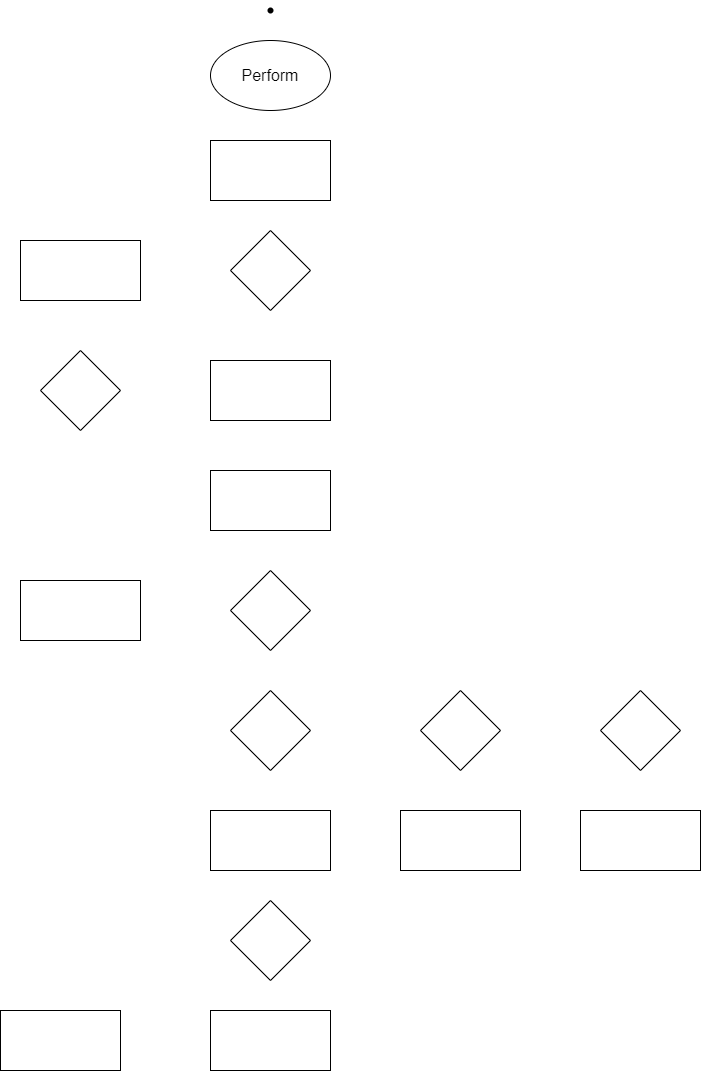
Above: Chương 1.png in datnham0212/learning (draw.io), before the change. Source tidied: cells renumbered, new cells last; positions are measured from the earlier drawing's top-left corner, leaving out a move shared by most shapes.
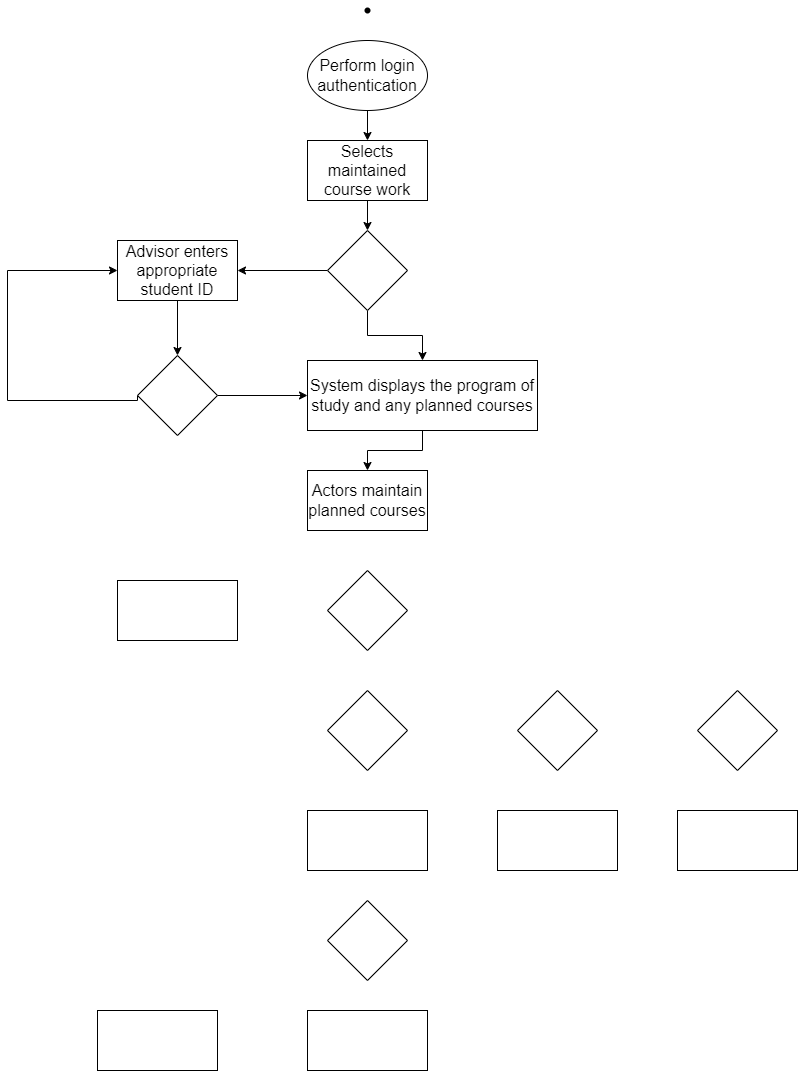
The same file after the commit.

Diff of the diagram source:
```diff
@@ -5,25 +5,55 @@
     <mxCell id="2" style="shape=waypoint;sketch=0;fillStyle=solid;size=6;fillColor=none;perimeter=centerPerimeter;fontSize=16;" parent="1" vertex="1">
       <mxGeometry x="260" width="20" height="20" as="geometry" />
     </mxCell>
+    <mxCell id="21" style="edgeStyle=orthogonalEdgeStyle;rounded=0;jettySize=auto;html=1;exitX=0.5;exitY=1;exitDx=0;exitDy=0;entryX=0.5;entryY=0;entryDx=0;entryDy=0;" parent="1" edge="1" source="3" target="4">
+      <mxGeometry relative="1" as="geometry" />
+    </mxCell>
-    <mxCell id="3" value="Perform" style="ellipse;whiteSpace=wrap;html=1;fontSize=16;" parent="1" vertex="1">
+    <mxCell id="3" value="Perform login authentication" style="ellipse;whiteSpace=wrap;html=1;fontSize=16;" parent="1" vertex="1">
       <mxGeometry x="210" y="40" width="120" height="70" as="geometry" />
     </mxCell>
+    <mxCell id="22" style="edgeStyle=orthogonalEdgeStyle;rounded=0;jettySize=auto;html=1;entryX=0.5;entryY=0;entryDx=0;entryDy=0;" parent="1" edge="1" source="4" target="5">
+      <mxGeometry relative="1" as="geometry" />
+    </mxCell>
-    <mxCell id="4" style="rounded=0;whiteSpace=wrap;html=1;fontSize=16;" parent="1" vertex="1">
+    <mxCell id="4" value="Selects maintained course work" style="rounded=0;whiteSpace=wrap;html=1;fontSize=16;" parent="1" vertex="1">
       <mxGeometry x="210" y="140" width="120" height="60" as="geometry" />
     </mxCell>
+    <mxCell id="23" style="edgeStyle=orthogonalEdgeStyle;rounded=0;jettySize=auto;html=1;entryX=1;entryY=0.5;entryDx=0;entryDy=0;" parent="1" edge="1" source="5" target="6">
+      <mxGeometry relative="1" as="geometry" />
+    </mxCell>
+    <mxCell id="24" style="edgeStyle=orthogonalEdgeStyle;rounded=0;jettySize=auto;html=1;entryX=0.5;entryY=0;entryDx=0;entryDy=0;" parent="1" edge="1" source="5" target="8">
+      <mxGeometry relative="1" as="geometry" />
+    </mxCell>
     <mxCell id="5" style="rhombus;whiteSpace=wrap;html=1;fontSize=16;" parent="1" vertex="1">
       <mxGeometry x="230" y="230" width="80" height="80" as="geometry" />
     </mxCell>
+    <mxCell id="25" style="edgeStyle=orthogonalEdgeStyle;rounded=0;jettySize=auto;html=1;entryX=0.5;entryY=0;entryDx=0;entryDy=0;" parent="1" edge="1" source="6" target="7">
+      <mxGeometry relative="1" as="geometry" />
+    </mxCell>
-    <mxCell id="6" style="rounded=0;whiteSpace=wrap;html=1;fontSize=16;" parent="1" vertex="1">
+    <mxCell id="6" value="Advisor enters appropriate student ID" style="rounded=0;whiteSpace=wrap;html=1;fontSize=16;" parent="1" vertex="1">
       <mxGeometry x="20" y="240" width="120" height="60" as="geometry" />
     </mxCell>
+    <mxCell id="26" style="edgeStyle=orthogonalEdgeStyle;rounded=0;jettySize=auto;html=1;exitX=0;exitY=0.5;exitDx=0;exitDy=0;entryX=0;entryY=0.5;entryDx=0;entryDy=0;" parent="1" edge="1" source="7" target="6">
+      <mxGeometry relative="1" as="geometry">
+        <Array as="points">
+          <mxPoint x="40" y="400" />
+          <mxPoint x="-90" y="400" />
+          <mxPoint x="-90" y="270" />
+        </Array>
+      </mxGeometry>
+    </mxCell>
+    <mxCell id="27" style="edgeStyle=orthogonalEdgeStyle;rounded=0;jettySize=auto;html=1;entryX=0;entryY=0.5;entryDx=0;entryDy=0;" parent="1" edge="1" source="7" target="8">
+      <mxGeometry relative="1" as="geometry" />
+    </mxCell>
     <mxCell id="7" style="rhombus;whiteSpace=wrap;html=1;fontSize=16;" parent="1" vertex="1">
-      <mxGeometry x="40" y="350" width="80" height="80" as="geometry" />
+      <mxGeometry x="40" y="355" width="80" height="80" as="geometry" />
     </mxCell>
+    <mxCell id="28" style="edgeStyle=orthogonalEdgeStyle;rounded=0;jettySize=auto;html=1;" parent="1" edge="1" source="8" target="9">
+      <mxGeometry relative="1" as="geometry" />
+    </mxCell>
-    <mxCell id="8" style="rounded=0;whiteSpace=wrap;html=1;fontSize=16;" parent="1" vertex="1">
-      <mxGeometry x="210" y="360" width="120" height="60" as="geometry" />
+    <mxCell id="8" value="System displays the program of study and any planned courses" style="rounded=0;whiteSpace=wrap;html=1;fontSize=16;" parent="1" vertex="1">
+      <mxGeometry x="210" y="360" width="230" height="70" as="geometry" />
     </mxCell>
-    <mxCell id="9" style="rounded=0;whiteSpace=wrap;html=1;fontSize=16;" parent="1" vertex="1">
+    <mxCell id="9" value="Actors maintain planned courses" style="rounded=0;whiteSpace=wrap;html=1;fontSize=16;" parent="1" vertex="1">
       <mxGeometry x="210" y="470" width="120" height="60" as="geometry" />
     </mxCell>
     <mxCell id="10" style="rounded=0;whiteSpace=wrap;html=1;fontSize=16;" parent="1" vertex="1">
```
